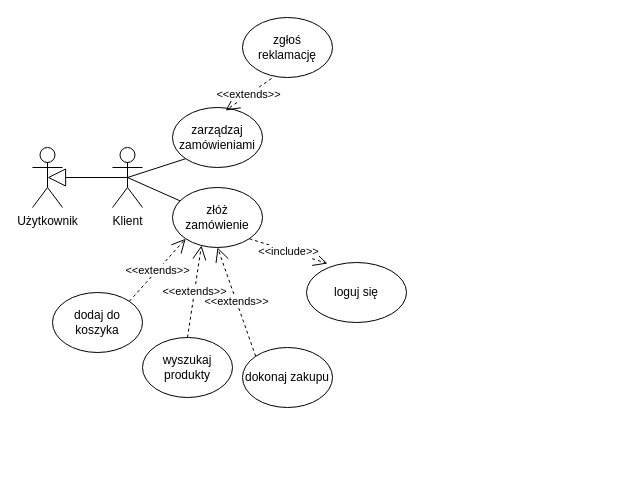
Tarik-Alaiwi-dev/psi keeps this draw.io diagram as DPU-przypadki/Diagram bez tytułu.drawio. Above is the earlier version. Source tidied: cells renumbered, new cells numbered last; positions are measured from the earlier drawing's top-left corner, leaving out a move shared by most shapes. Both pictures are drawn from the tidied source at 100%, with x=0, y=0 at pixel (32, 17).
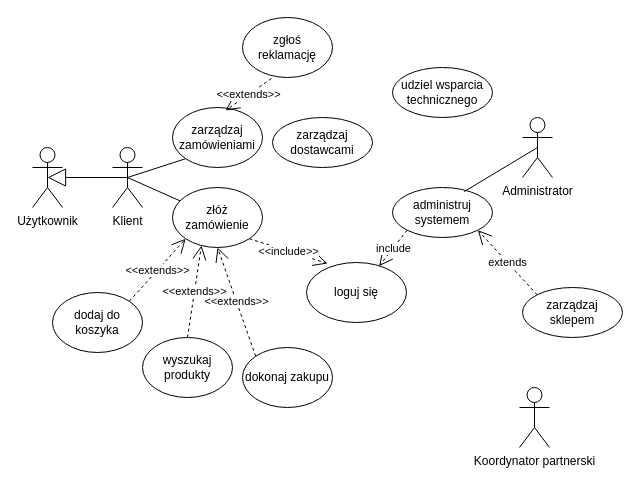
After the change.

Unchanged cells that the change refers to:
```xml
<mxCell id="2" value="loguj się" style="ellipse;whiteSpace=wrap;html=1;" parent="1" vertex="1">
  <mxGeometry x="274" y="245" width="100" height="60" as="geometry" />
</mxCell>
```

What changed in the source:
```diff
@@
+    <mxCell id="19" value="Koordynator partnerski&lt;div&gt;&lt;br&gt;&lt;/div&gt;" style="shape=umlActor;verticalLabelPosition=bottom;verticalAlign=top;html=1;" parent="1" vertex="1">
+      <mxGeometry x="487" y="370" width="30" height="60" as="geometry" />
+    </mxCell>
@@
+    <mxCell id="20" value="Administrator&lt;div&gt;&lt;br&gt;&lt;/div&gt;" style="shape=umlActor;verticalLabelPosition=bottom;verticalAlign=top;html=1;outlineConnect=0;" parent="1" vertex="1">
+      <mxGeometry x="490" y="100" width="30" height="60" as="geometry" />
+    </mxCell>
@@
+    <mxCell id="21" value="administruj systemem" style="ellipse;whiteSpace=wrap;html=1;" parent="1" vertex="1">
+      <mxGeometry x="360" y="170" width="100" height="50" as="geometry" />
+    </mxCell>
@@
+    <mxCell id="22" style="endArrow=none;html=1;rounded=0;exitX=0.717;exitY=0.082;exitDx=0;exitDy=0;exitPerimeter=0;entryX=0.5;entryY=0.5;entryDx=0;entryDy=0;entryPerimeter=0;" parent="1" edge="1" source="21" target="20">
+      <mxGeometry relative="1" as="geometry" />
+    </mxCell>
@@
+    <mxCell id="23" value="zarządzaj sklepem" style="ellipse;whiteSpace=wrap;html=1;" parent="1" vertex="1">
+      <mxGeometry x="490" y="270" width="100" height="50" as="geometry" />
+    </mxCell>
@@
+    <mxCell id="24" value="include" style="endArrow=open;endSize=12;dashed=1;html=1;rounded=0;exitX=0;exitY=1;exitDx=0;exitDy=0;entryX=0.726;entryY=0.061;entryDx=0;entryDy=0;entryPerimeter=0;" parent="1" edge="1" source="21" target="2">
+      <mxGeometry relative="1" as="geometry" />
+    </mxCell>
@@
+    <mxCell id="25" value="extends" style="endArrow=open;endSize=12;dashed=1;html=1;rounded=0;strokeColor=default;align=center;verticalAlign=middle;fontFamily=Helvetica;fontSize=11;fontColor=default;labelBackgroundColor=default;entryX=1;entryY=1;entryDx=0;entryDy=0;exitX=0;exitY=0;exitDx=0;exitDy=0;" parent="1" edge="1" source="23" target="21">
+      <mxGeometry relative="1" as="geometry" />
+    </mxCell>
@@
+    <mxCell id="26" value="zarządzaj dostawcami" style="ellipse;whiteSpace=wrap;html=1;" parent="1" vertex="1">
+      <mxGeometry x="240" y="100" width="100" height="50" as="geometry" />
+    </mxCell>
@@
+    <mxCell id="27" value="udziel wsparcia technicznego" style="ellipse;whiteSpace=wrap;html=1;" parent="1" vertex="1">
+      <mxGeometry x="360" y="50" width="100" height="50" as="geometry" />
+    </mxCell>
```
